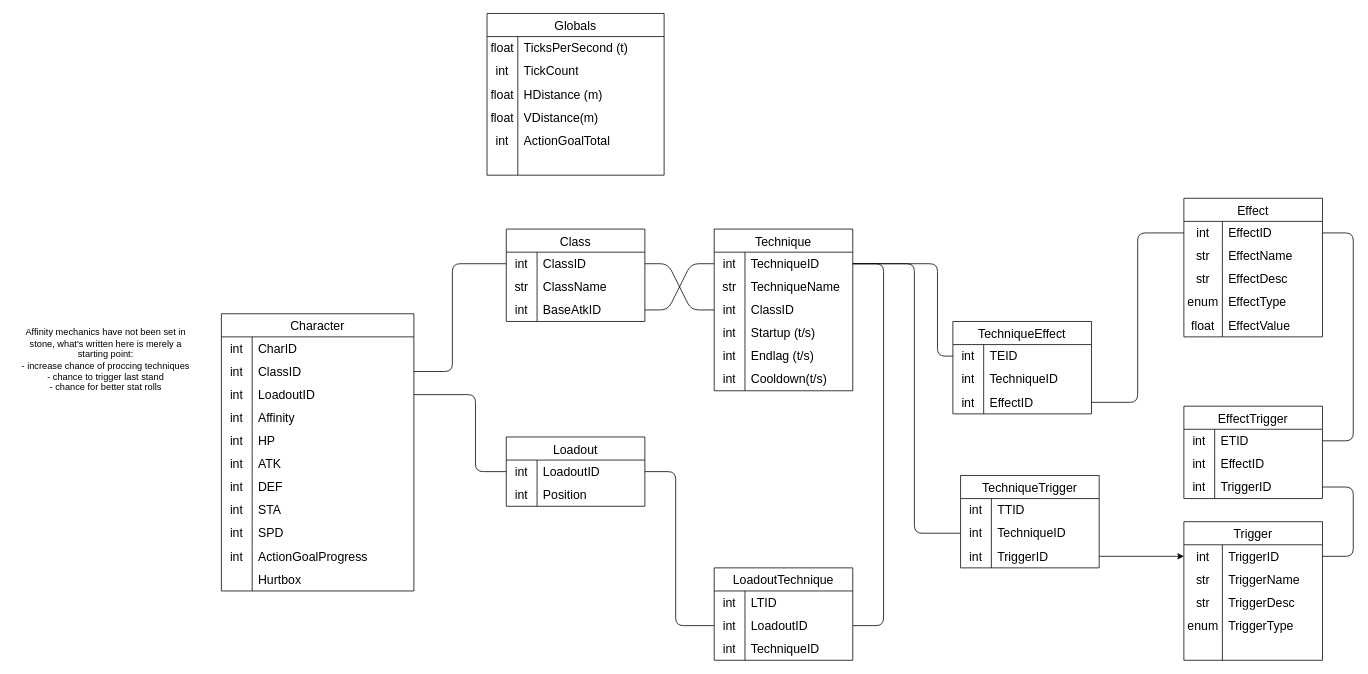
Before: design_documents/combat_erd.drawio in Dodowingster/Project-Paleo-Maiden, a draw.io diagram. Source tidied: cells renumbered, new cells numbered last; positions are measured from the earlier drawing's top-left corner, leaving out a move shared by most shapes. Both pictures are drawn from the tidied source at 77%, with x=0, y=0 at pixel (13, 13).
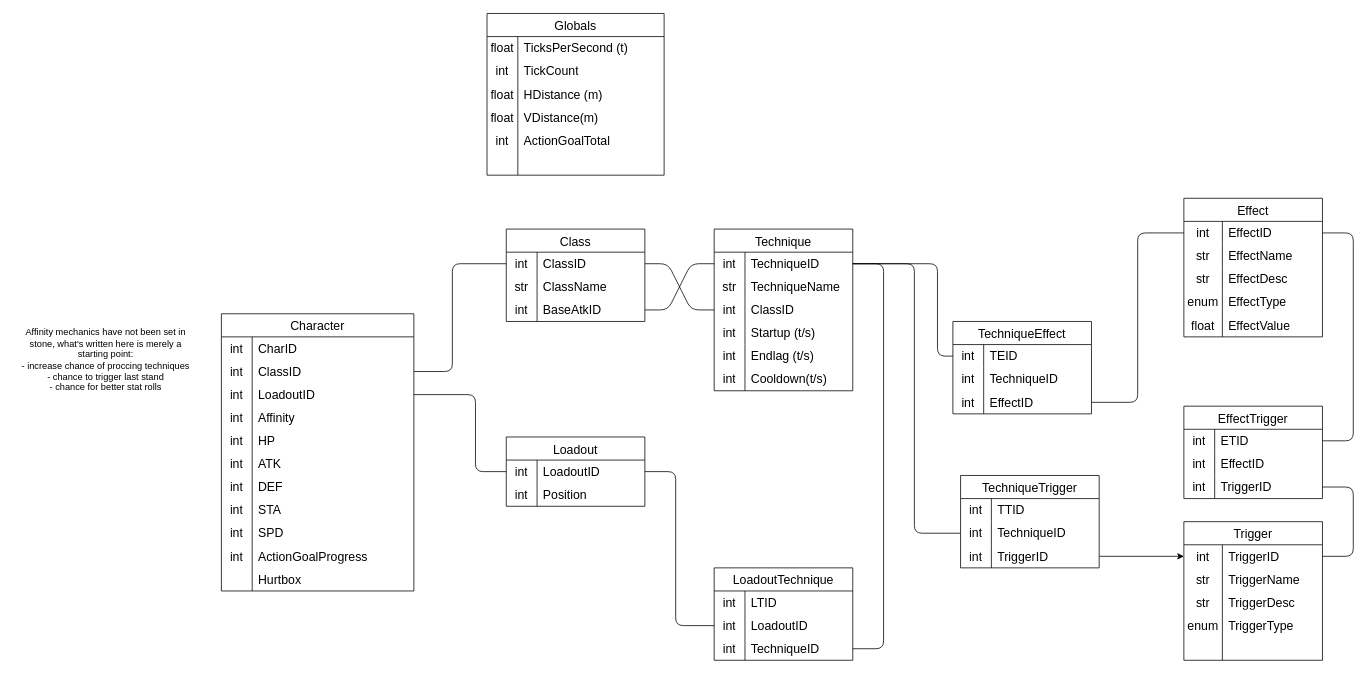
Above is the later version.

Unchanged cells that the change refers to:
```xml
<mxCell id="73" style="shape=tableRow;horizontal=0;startSize=0;swimlaneHead=0;swimlaneBody=0;top=0;left=0;bottom=0;right=0;fillColor=none;points=[[0,0.5],[1,0.5]];portConstraint=eastwest;strokeColor=inherit;fontSize=16;" parent="72" vertex="1">
  <mxGeometry y="30" width="180" height="30" as="geometry" />
</mxCell>
<mxCell id="111" style="shape=tableRow;horizontal=0;startSize=0;swimlaneHead=0;swimlaneBody=0;top=0;left=0;bottom=0;right=0;fillColor=none;points=[[0,0.5],[1,0.5]];portConstraint=eastwest;strokeColor=inherit;fontSize=16;" parent="107" vertex="1">
  <mxGeometry y="60" width="180" height="30" as="geometry" />
</mxCell>
<mxCell id="114" style="shape=tableRow;horizontal=0;startSize=0;swimlaneHead=0;swimlaneBody=0;top=0;left=0;bottom=0;right=0;fillColor=none;points=[[0,0.5],[1,0.5]];portConstraint=eastwest;strokeColor=inherit;fontSize=16;" parent="107" vertex="1">
  <mxGeometry y="90" width="180" height="30" as="geometry" />
</mxCell>
```

Change to the diagram source:
```diff
@@
-    <mxCell id="157" style="edgeStyle=none;html=1;exitX=1;exitY=0.5;exitDx=0;exitDy=0;entryX=1;entryY=0.5;entryDx=0;entryDy=0;endArrow=none;endFill=0;" parent="1" edge="1" source="73" target="111">
+    <mxCell id="157" style="edgeStyle=none;html=1;exitX=1;exitY=0.5;exitDx=0;exitDy=0;entryX=1;entryY=0.5;entryDx=0;entryDy=0;endArrow=none;endFill=0;" parent="1" edge="1" source="73" target="114">
       <mxGeometry relative="1" as="geometry">
         <Array as="points">
           <mxPoint x="1130" y="325" />
-          <mxPoint x="1130" y="795" />
+          <mxPoint x="1130" y="825" />
         </Array>
       </mxGeometry>
     </mxCell>
```
